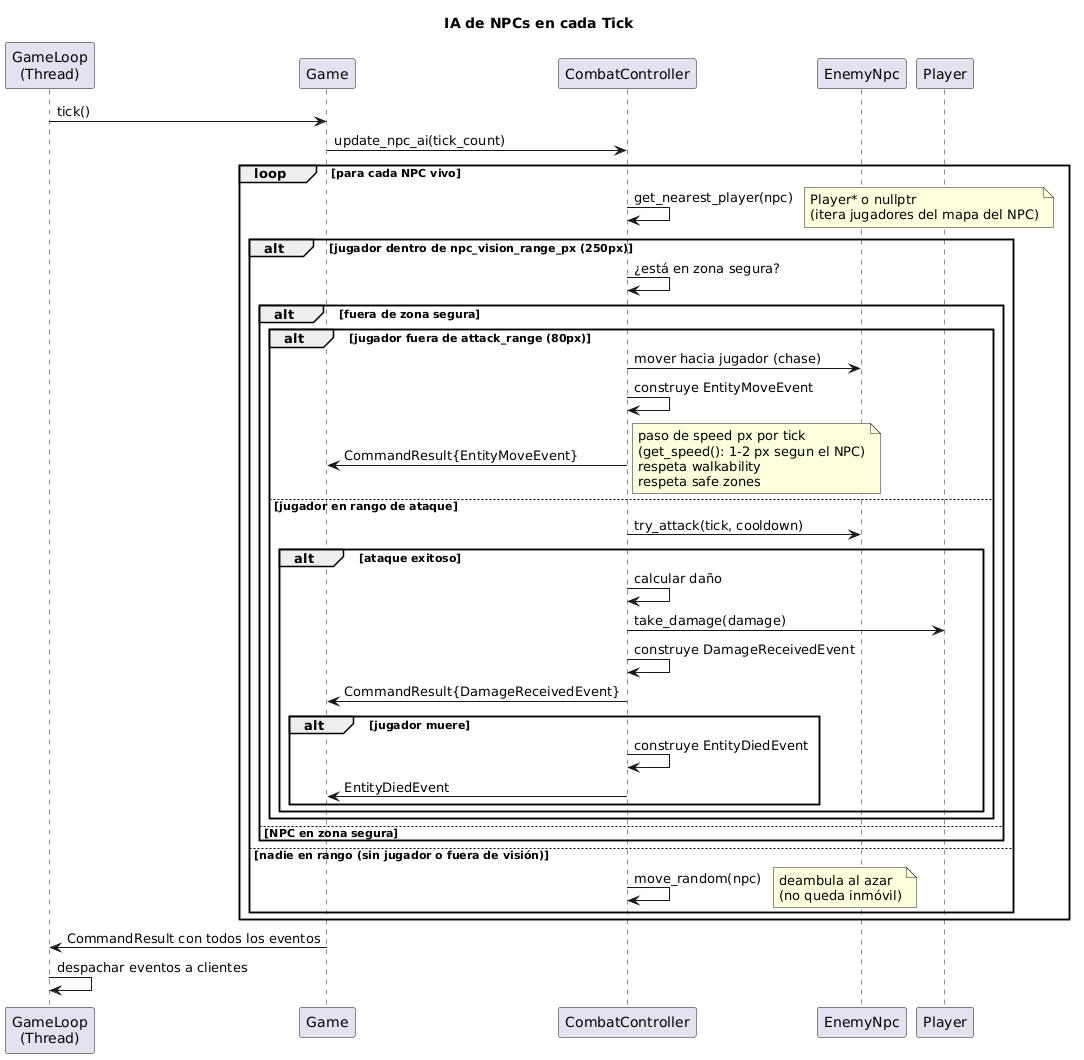
Above: docs/images/uml/npc_ai.png in MateoGonzalezPautaso/Argentum-MALT (PlantUML), before the change.
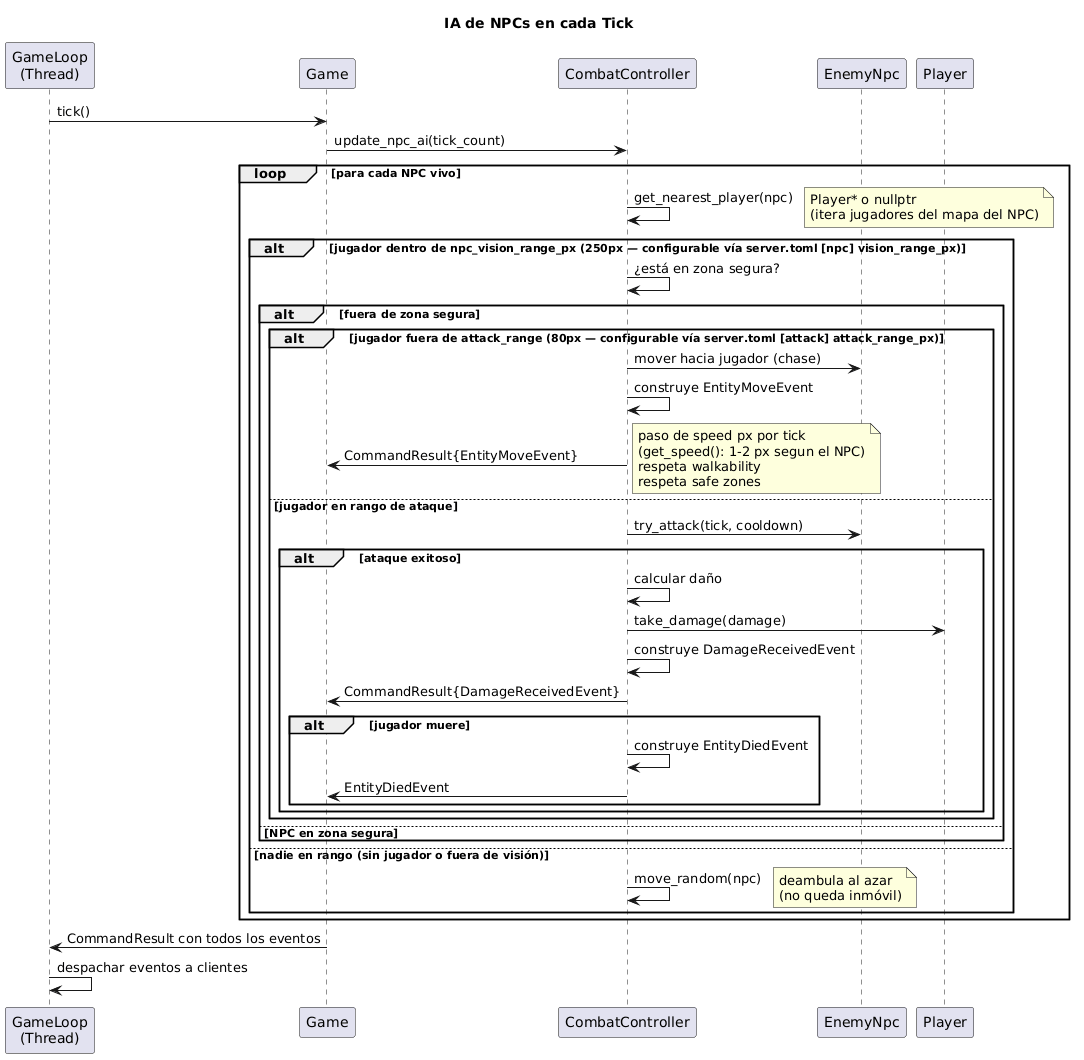
Later version of the same file.

The edit, as a diff of the source:
```diff
@@ -14,10 +14,10 @@
   CC -> CC: get_nearest_player(npc)
   note right: Player* o nullptr\n(itera jugadores del mapa del NPC)
 
-  alt jugador dentro de npc_vision_range_px (250px)
+  alt jugador dentro de npc_vision_range_px (250px — configurable vía server.toml [npc] vision_range_px)
     CC -> CC: ¿está en zona segura?
     alt fuera de zona segura
-      alt jugador fuera de attack_range (80px)
+      alt jugador fuera de attack_range (80px — configurable vía server.toml [attack] attack_range_px)
         CC -> NPC: mover hacia jugador (chase)
         CC -> CC: construye EntityMoveEvent
         CC -> Game: CommandResult{EntityMoveEvent}
```
